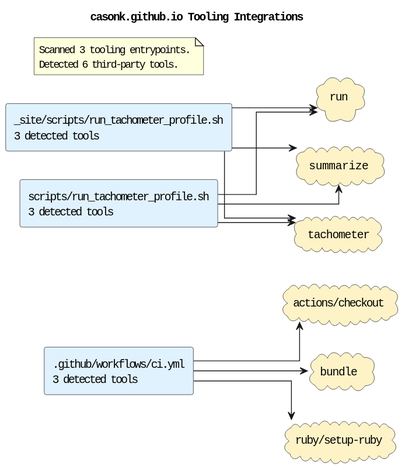
Earlier version of the PlantUML export docs/diagrams/tooling-integrations.puml.svg (casonk/casonk.github.io).
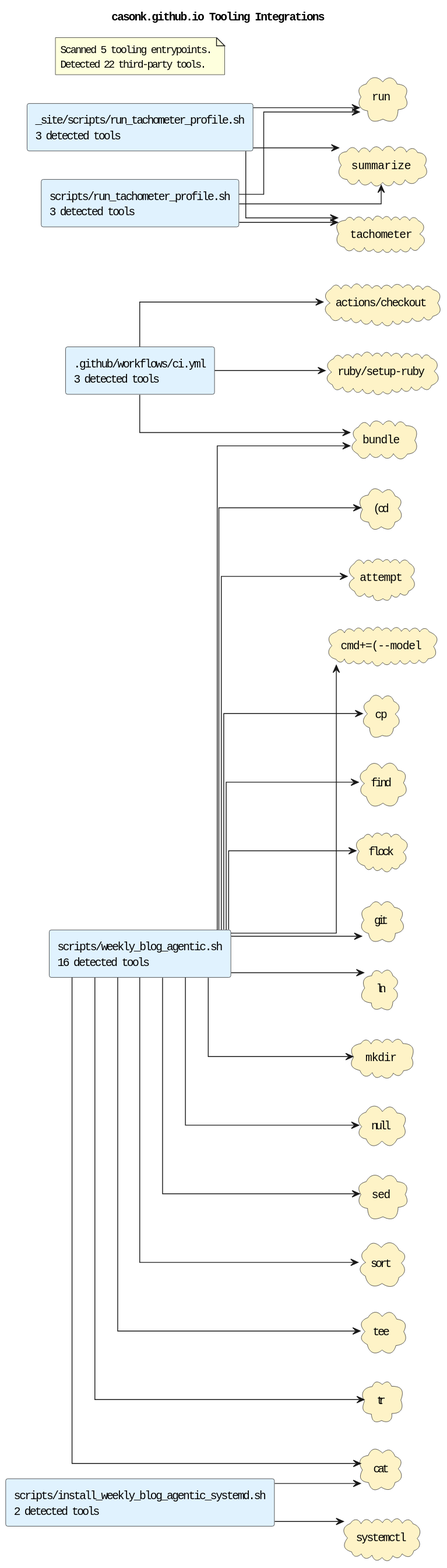
Later version of the same file.

The edit, as a diff of the source:
```diff
@@ -7,24 +7,60 @@
 skinparam linetype ortho
 rectangle ".github/workflows/ci.yml\n3 detected tools" as source_github_workflows_ci_yml #E0F2FE
 rectangle "_site/scripts/run_tachometer_profile.sh\n3 detected tools" as source_site_scripts_run_tachometer_profile_sh #E0F2FE
+rectangle "scripts/install_weekly_blog_agentic_systemd.sh\n2 detected tools" as source_scripts_install_weekly_blog_agentic_systemd_sh #E0F2FE
 rectangle "scripts/run_tachometer_profile.sh\n3 detected tools" as source_scripts_run_tachometer_profile_sh #E0F2FE
+rectangle "scripts/weekly_blog_agentic.sh\n16 detected tools" as source_scripts_weekly_blog_agentic_sh #E0F2FE
+cloud "(cd" as tool_cd #FEF3C7
 cloud "actions/checkout" as tool_actions_checkout #FEF3C7
+cloud "attempt" as tool_attempt #FEF3C7
 cloud "bundle" as tool_bundle #FEF3C7
+cloud "cat" as tool_cat #FEF3C7
+cloud "cmd+=(--model" as tool_cmd_model #FEF3C7
+cloud "cp" as tool_cp #FEF3C7
+cloud "find" as tool_find #FEF3C7
+cloud "flock" as tool_flock #FEF3C7
+cloud "git" as tool_git #FEF3C7
+cloud "ln" as tool_ln #FEF3C7
+cloud "mkdir" as tool_mkdir #FEF3C7
+cloud "null" as tool_null #FEF3C7
 cloud "ruby/setup-ruby" as tool_ruby_setup_ruby #FEF3C7
 cloud "run" as tool_run #FEF3C7
+cloud "sed" as tool_sed #FEF3C7
+cloud "sort" as tool_sort #FEF3C7
 cloud "summarize" as tool_summarize #FEF3C7
+cloud "systemctl" as tool_systemctl #FEF3C7
 cloud "tachometer" as tool_tachometer #FEF3C7
+cloud "tee" as tool_tee #FEF3C7
+cloud "tr" as tool_tr #FEF3C7
 source_github_workflows_ci_yml --> tool_actions_checkout
 source_github_workflows_ci_yml --> tool_bundle
 source_github_workflows_ci_yml --> tool_ruby_setup_ruby
 source_site_scripts_run_tachometer_profile_sh --> tool_run
 source_site_scripts_run_tachometer_profile_sh --> tool_summarize
 source_site_scripts_run_tachometer_profile_sh --> tool_tachometer
+source_scripts_install_weekly_blog_agentic_systemd_sh --> tool_cat
+source_scripts_install_weekly_blog_agentic_systemd_sh --> tool_systemctl
 source_scripts_run_tachometer_profile_sh --> tool_run
 source_scripts_run_tachometer_profile_sh --> tool_summarize
 source_scripts_run_tachometer_profile_sh --> tool_tachometer
+source_scripts_weekly_blog_agentic_sh --> tool_cd
+source_scripts_weekly_blog_agentic_sh --> tool_attempt
+source_scripts_weekly_blog_agentic_sh --> tool_bundle
+source_scripts_weekly_blog_agentic_sh --> tool_cat
+source_scripts_weekly_blog_agentic_sh --> tool_cmd_model
+source_scripts_weekly_blog_agentic_sh --> tool_cp
+source_scripts_weekly_blog_agentic_sh --> tool_find
+source_scripts_weekly_blog_agentic_sh --> tool_flock
+source_scripts_weekly_blog_agentic_sh --> tool_git
+source_scripts_weekly_blog_agentic_sh --> tool_ln
+source_scripts_weekly_blog_agentic_sh --> tool_mkdir
+source_scripts_weekly_blog_agentic_sh --> tool_null
+source_scripts_weekly_blog_agentic_sh --> tool_sed
+source_scripts_weekly_blog_agentic_sh --> tool_sort
+source_scripts_weekly_blog_agentic_sh --> tool_tee
+source_scripts_weekly_blog_agentic_sh --> tool_tr
 note as toolingGraphSummary
-Scanned 3 tooling entrypoints.
-Detected 6 third-party tools.
+Scanned 5 tooling entrypoints.
+Detected 22 third-party tools.
 end note
 @enduml
```
